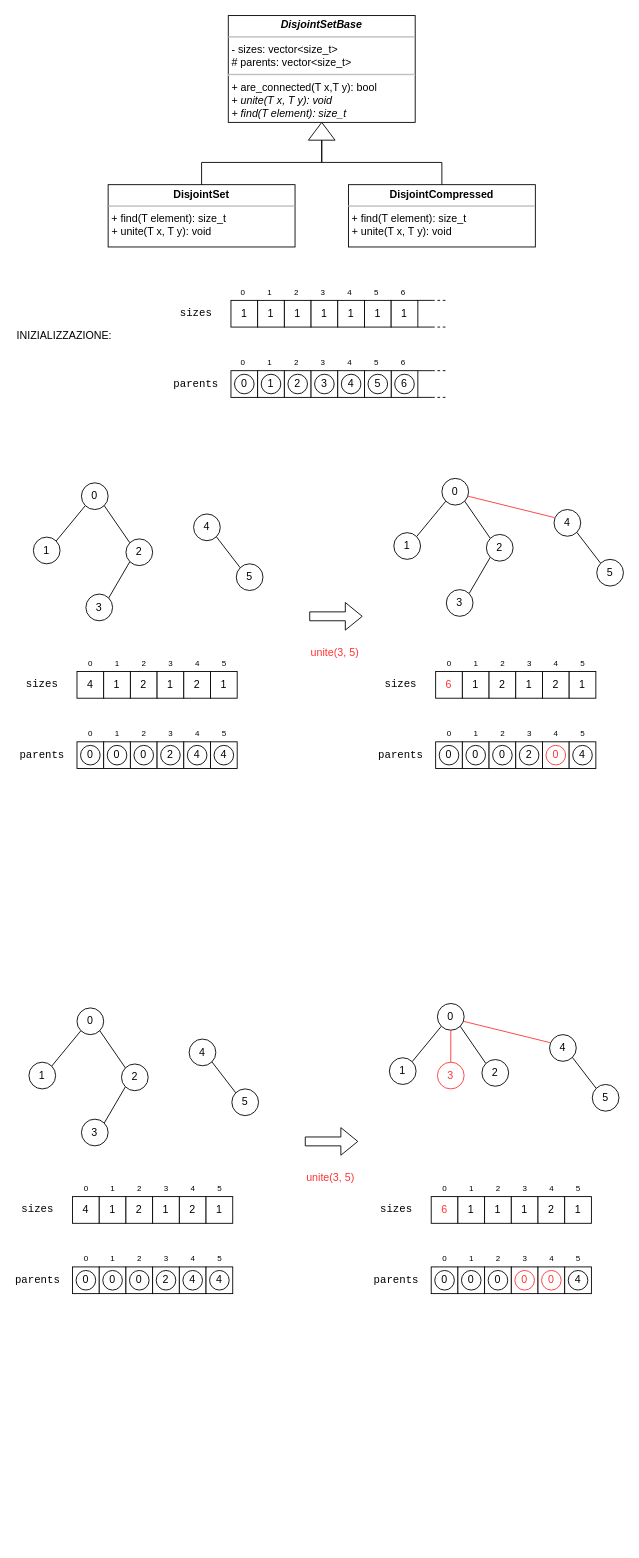
The draw.io diagram report/images/DisjointSet abstract.drawio in jkomyno/algorithms-hw1, before the edit. Source tidied: cells renumbered, new cells numbered last; positions are measured from the earlier drawing's top-left corner, leaving out a move shared by most shapes. Both pictures are drawn from the tidied source at 89%, with x=0, y=0 at pixel (15, 15).
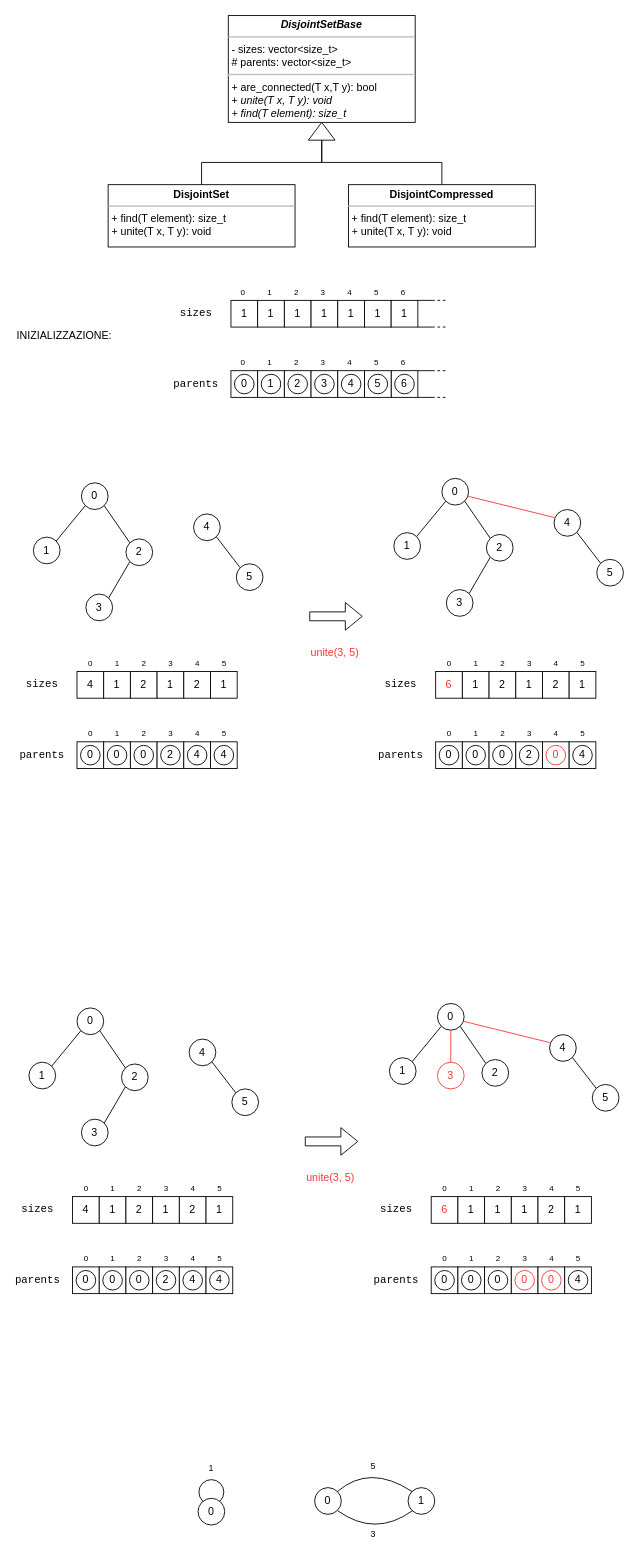
The same diagram, later.

What changed in the source:
```diff
@@
+    <mxCell id="176" style="ellipse;whiteSpace=wrap;html=1;" parent="1" vertex="1">
+      <mxGeometry x="206" y="1645" width="28" height="28" as="geometry" />
+    </mxCell>
@@
+    <mxCell id="177" value="0" style="ellipse;whiteSpace=wrap;html=1;" parent="1" vertex="1">
+      <mxGeometry x="205" y="1666" width="30" height="30" as="geometry" />
+    </mxCell>
+    <mxCell id="178" value="0" style="ellipse;whiteSpace=wrap;html=1;" parent="1" vertex="1">
+      <mxGeometry x="336" y="1654" width="30" height="30" as="geometry" />
+    </mxCell>
+    <mxCell id="179" value="1" style="ellipse;whiteSpace=wrap;html=1;" parent="1" vertex="1">
+      <mxGeometry x="441" y="1654" width="30" height="30" as="geometry" />
+    </mxCell>
+    <mxCell id="180" style="curved=1;endArrow=none;html=1;exitX=1;exitY=0;exitDx=0;exitDy=0;entryX=0;entryY=0;entryDx=0;entryDy=0;endFill=0;" parent="1" edge="1" source="178" target="179">
+      <mxGeometry relative="1" as="geometry">
+        <Array as="points">
+          <mxPoint x="398" y="1627" />
+        </Array>
+      </mxGeometry>
+    </mxCell>
+    <mxCell id="181" style="curved=1;endArrow=none;html=1;exitX=1;exitY=0;exitDx=0;exitDy=0;entryX=0;entryY=0;entryDx=0;entryDy=0;endFill=0;startArrow=none;startFill=0;" parent="1" edge="1">
+      <mxGeometry relative="1" as="geometry">
+        <mxPoint x="362" y="1680" as="sourcePoint" />
+        <mxPoint x="445.8" y="1680" as="targetPoint" />
+        <Array as="points">
+          <mxPoint x="404" y="1710" />
+        </Array>
+      </mxGeometry>
+    </mxCell>
+    <mxCell id="182" value="&lt;font style=&quot;font-size: 10px&quot;&gt;1&lt;/font&gt;" style="text;html=1;strokeColor=none;fillColor=none;align=center;verticalAlign=middle;whiteSpace=wrap;rounded=0;" parent="1" vertex="1">
+      <mxGeometry x="200" y="1622" width="40" height="20" as="geometry" />
+    </mxCell>
+    <mxCell id="183" value="&lt;font style=&quot;font-size: 10px&quot;&gt;5&lt;/font&gt;" style="text;html=1;strokeColor=none;fillColor=none;align=center;verticalAlign=middle;whiteSpace=wrap;rounded=0;" parent="1" vertex="1">
+      <mxGeometry x="382" y="1619" width="40" height="20" as="geometry" />
+    </mxCell>
+    <mxCell id="184" value="&lt;span style=&quot;font-size: 10px&quot;&gt;3&lt;/span&gt;" style="text;html=1;strokeColor=none;fillColor=none;align=center;verticalAlign=middle;whiteSpace=wrap;rounded=0;" parent="1" vertex="1">
+      <mxGeometry x="382" y="1696" width="40" height="20" as="geometry" />
+    </mxCell>
```
